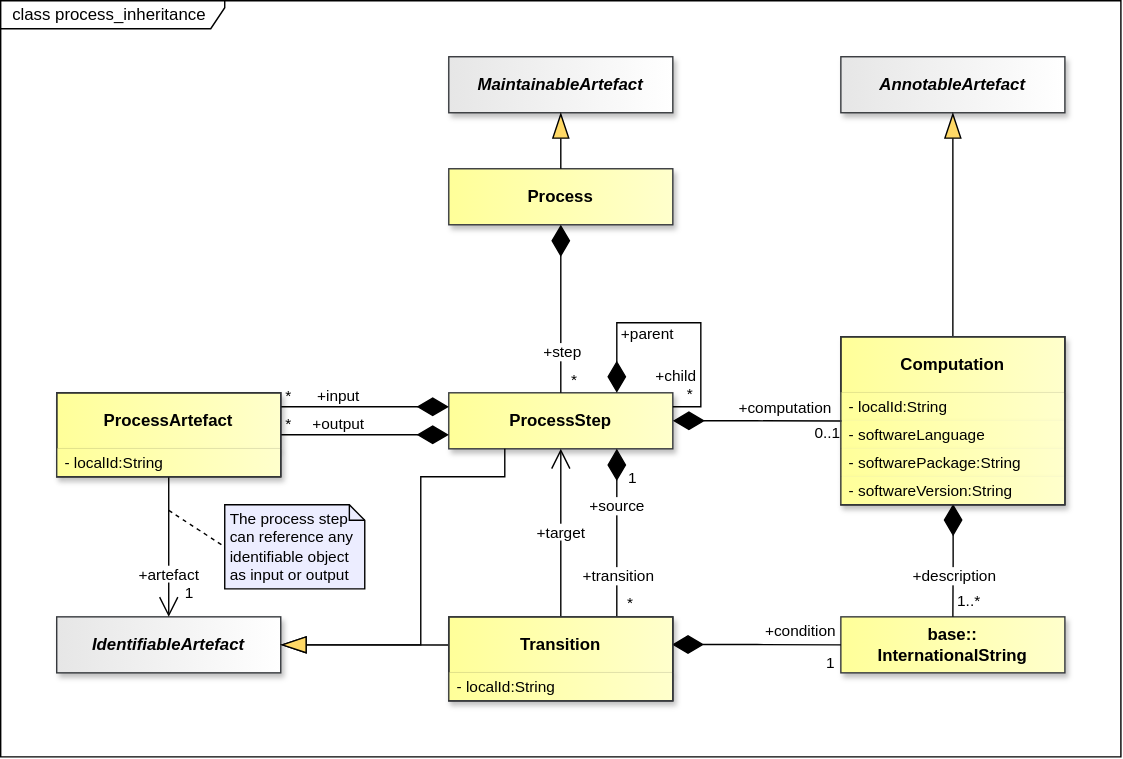
The draw.io diagram docs/information_model/media/sdmx_process-process_inheritance.svg in sdmx-twg/sdmx-im, before a commit. Source tidied: cells renumbered, new cells last; positions are measured from the earlier drawing's top-left corner, leaving out a move shared by most shapes.
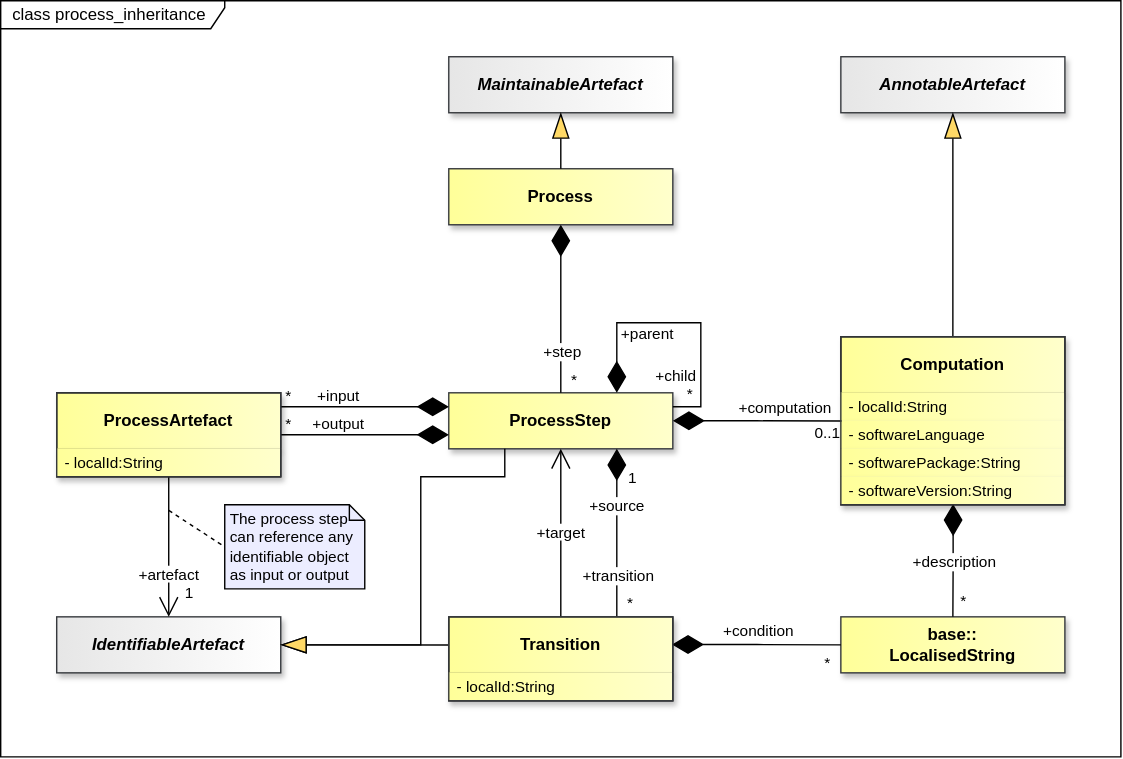
After the commit.

The edit, as a diff of the source:
```diff
@@ -218,33 +218,33 @@
         </Array>
       </mxGeometry>
     </mxCell>
-    <mxCell id="58" value="&lt;div&gt;&lt;span style=&quot;background-color: transparent;&quot;&gt;base::&lt;/span&gt;&lt;/div&gt;&lt;div&gt;&lt;span style=&quot;background-color: transparent;&quot;&gt;InternationalString&lt;/span&gt;&lt;/div&gt;" style="whiteSpace=wrap;html=1;verticalAlign=middle;gradientDirection=east;imageVerticalAlign=top;fontStyle=1;fillColor=light-dark(#FFFF99,#FFFF99);strokeColor=#36393d;fontColor=light-dark(#000000,#000000);gradientColor=light-dark(#FFFFCC,#FFFFCC);shadow=1;" parent="1" vertex="1">
+    <mxCell id="58" value="&lt;div&gt;&lt;span style=&quot;background-color: transparent;&quot;&gt;base::&lt;/span&gt;&lt;/div&gt;&lt;div&gt;&lt;span style=&quot;background-color: transparent;&quot;&gt;LocalisedString&lt;/span&gt;&lt;/div&gt;" style="whiteSpace=wrap;html=1;verticalAlign=middle;gradientDirection=east;imageVerticalAlign=top;fontStyle=1;fillColor=light-dark(#FFFF99,#FFFF99);strokeColor=#36393d;fontColor=light-dark(#000000,#000000);gradientColor=light-dark(#FFFFCC,#FFFFCC);shadow=1;" parent="1" vertex="1">
       <mxGeometry x="600" y="440" width="160" height="40" as="geometry" />
     </mxCell>
     <mxCell id="59" style="endArrow=none;html=1;endSize=12;startArrow=diamondThin;startSize=20;startFill=1;edgeStyle=orthogonalEdgeStyle;rounded=0;endFill=0;strokeColor=light-dark(#000000,#FFFFFF);fontColor=light-dark(#000000,#FFFFFF);labelBackgroundColor=none;entryX=0.5;entryY=0;entryDx=0;entryDy=0;exitX=0.501;exitY=0.971;exitDx=0;exitDy=0;exitPerimeter=0;" parent="1" edge="1" source="27" target="58">
       <mxGeometry x="-0.23" relative="1" as="geometry" />
     </mxCell>
-    <mxCell id="60" value="1..*" style="edgeLabel;html=1;align=right;verticalAlign=top;labelBackgroundColor=none;fontColor=light-dark(#000000,#FFFFFF);" parent="59" vertex="1">
+    <mxCell id="60" value="*" style="edgeLabel;html=1;align=right;verticalAlign=top;labelBackgroundColor=none;fontColor=light-dark(#000000,#FFFFFF);" parent="59" vertex="1">
       <mxGeometry x="0.96" relative="1" as="geometry">
-        <mxPoint x="20" y="-22" as="offset" />
+        <mxPoint x="10" y="-22" as="offset" />
       </mxGeometry>
     </mxCell>
     <mxCell id="61" value="+description" style="edgeLabel;html=1;align=center;verticalAlign=middle;fontSize=11;labelBackgroundColor=default;" parent="59" vertex="1">
       <mxGeometry x="-0.23" relative="1" as="geometry">
-        <mxPoint y="20" as="offset" />
+        <mxPoint y="10" as="offset" />
       </mxGeometry>
     </mxCell>
     <mxCell id="62" style="endArrow=none;html=1;endSize=12;startArrow=diamondThin;startSize=20;startFill=1;edgeStyle=orthogonalEdgeStyle;rounded=0;endFill=0;strokeColor=light-dark(#000000,#FFFFFF);fontColor=light-dark(#000000,#FFFFFF);labelBackgroundColor=none;entryX=0;entryY=0.5;entryDx=0;entryDy=0;exitX=0.996;exitY=0.33;exitDx=0;exitDy=0;exitPerimeter=0;" parent="1" edge="1" source="28" target="58">
       <mxGeometry x="-0.23" relative="1" as="geometry" />
     </mxCell>
-    <mxCell id="63" value="1" style="edgeLabel;html=1;align=right;verticalAlign=top;labelBackgroundColor=none;fontColor=light-dark(#000000,#FFFFFF);" parent="62" vertex="1">
+    <mxCell id="63" value="*" style="edgeLabel;html=1;align=right;verticalAlign=top;labelBackgroundColor=none;fontColor=light-dark(#000000,#FFFFFF);" parent="62" vertex="1">
       <mxGeometry x="0.95" relative="1" as="geometry">
-        <mxPoint x="-1" as="offset" />
+        <mxPoint x="-4" as="offset" />
       </mxGeometry>
     </mxCell>
     <mxCell id="64" value="+condition" style="edgeLabel;html=1;align=center;verticalAlign=middle;fontSize=11;labelBackgroundColor=default;" parent="62" vertex="1">
       <mxGeometry x="-0.23" relative="1" as="geometry">
-        <mxPoint x="45" y="-10" as="offset" />
+        <mxPoint x="15" y="-10" as="offset" />
       </mxGeometry>
     </mxCell>
     <mxCell id="65" value="&lt;span style=&quot;background-color: rgb(255, 255, 255);&quot;&gt;+artefact&lt;/span&gt;" style="endArrow=open;html=1;endSize=12;startArrow=none;startSize=20;startFill=0;edgeStyle=orthogonalEdgeStyle;rounded=0;endFill=0;strokeColor=light-dark(#000000,#FFFFFF);fontColor=light-dark(#000000,#FFFFFF);labelBackgroundColor=none;exitX=0.5;exitY=1;exitDx=0;exitDy=0;entryX=0.5;entryY=0;entryDx=0;entryDy=0;" parent="1" edge="1" source="21" target="30">
```
